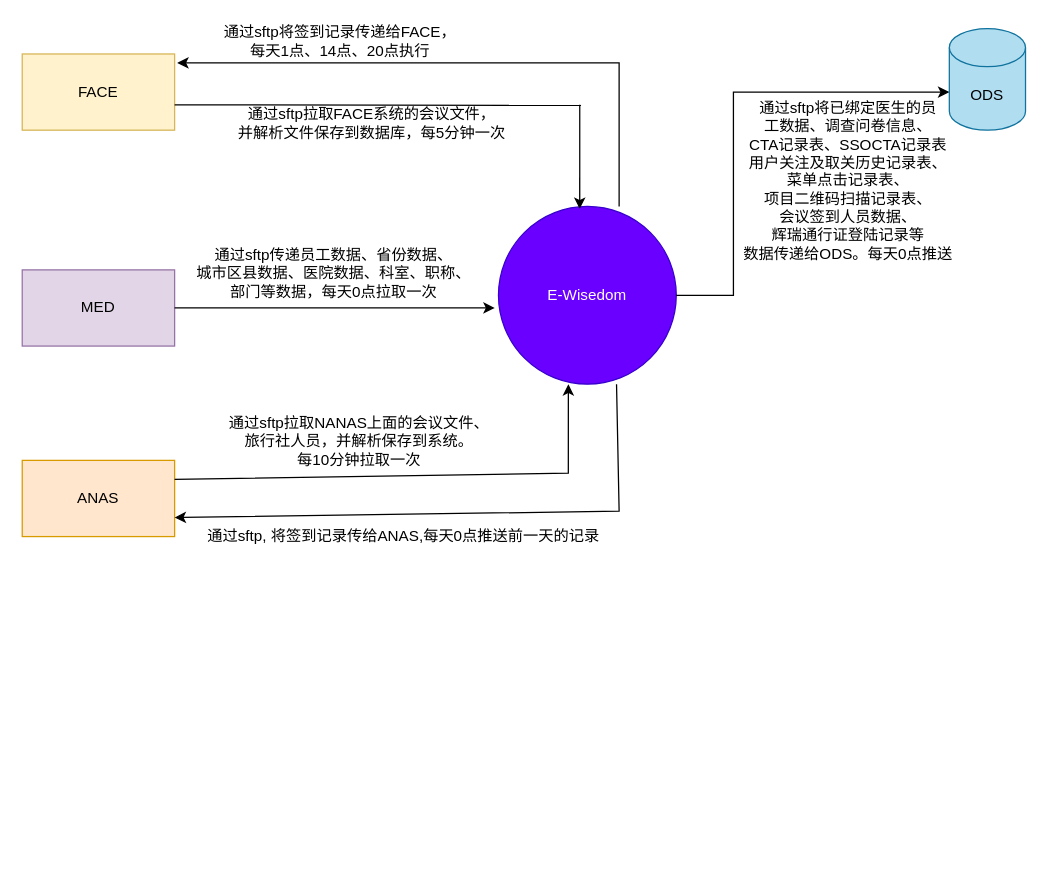
The draw.io diagram Untitled Diagram.drawio in ChunhaoXiao/Blogs, before the edit. Source tidied: cells renumbered, new cells numbered last; positions are measured from the earlier drawing's top-left corner, leaving out a move shared by most shapes. Both pictures are drawn from the tidied source at 127%, with x=0, y=0 at pixel (22, 22).
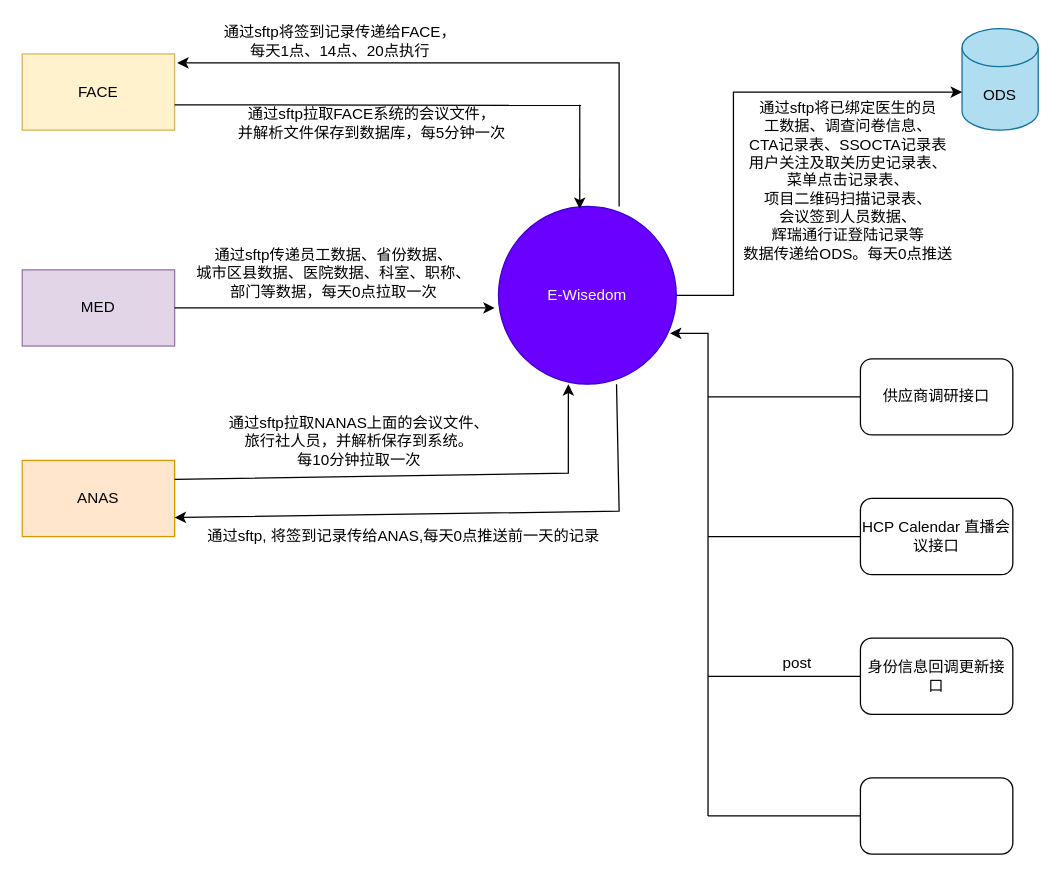
The same diagram, later.

The edit, as a diff of the source:
```diff
@@
     <mxCell id="17" value="ODS" style="shape=cylinder3;whiteSpace=wrap;html=1;boundedLbl=1;backgroundOutline=1;size=15;fillColor=#b1ddf0;strokeColor=#10739e;" parent="1" vertex="1">
-      <mxGeometry x="730" y="5" width="60" height="80" as="geometry" />
+      <mxGeometry x="740" y="5" width="60" height="80" as="geometry" />
     </mxCell>
@@
+    <mxCell id="20" value="供应商调研接口" style="rounded=1;whiteSpace=wrap;html=1;" parent="1" vertex="1">
+      <mxGeometry x="660" y="265" width="120" height="60" as="geometry" />
+    </mxCell>
+    <mxCell id="21" value="HCP Calendar 直播会议接口" style="rounded=1;whiteSpace=wrap;html=1;" parent="1" vertex="1">
+      <mxGeometry x="660" y="375" width="120" height="60" as="geometry" />
+    </mxCell>
+    <mxCell id="22" value="身份信息回调更新接口" style="rounded=1;whiteSpace=wrap;html=1;" parent="1" vertex="1">
+      <mxGeometry x="660" y="485" width="120" height="60" as="geometry" />
+    </mxCell>
+    <mxCell id="23" style="rounded=1;whiteSpace=wrap;html=1;" parent="1" vertex="1">
+      <mxGeometry x="660" y="595" width="120" height="60" as="geometry" />
+    </mxCell>
+    <mxCell id="24" style="endArrow=classic;html=1;rounded=0;" parent="1" edge="1">
+      <mxGeometry relative="1" as="geometry">
+        <mxPoint x="540" y="625" as="sourcePoint" />
+        <mxPoint x="510" y="245" as="targetPoint" />
+        <Array as="points">
+          <mxPoint x="540" y="245" />
+        </Array>
+      </mxGeometry>
+    </mxCell>
+    <mxCell id="25" style="endArrow=none;html=1;rounded=0;entryX=0;entryY=0.5;entryDx=0;entryDy=0;" parent="1" edge="1" target="23">
+      <mxGeometry relative="1" as="geometry">
+        <mxPoint x="540" y="625" as="sourcePoint" />
+      </mxGeometry>
+    </mxCell>
+    <mxCell id="26" style="endArrow=none;html=1;rounded=0;entryX=0;entryY=0.5;entryDx=0;entryDy=0;" parent="1" edge="1" target="22">
+      <mxGeometry relative="1" as="geometry">
+        <mxPoint x="540" y="515" as="sourcePoint" />
+      </mxGeometry>
+    </mxCell>
+    <mxCell id="27" style="endArrow=none;html=1;rounded=0;entryX=0;entryY=0.5;entryDx=0;entryDy=0;" parent="1" edge="1" target="21">
+      <mxGeometry relative="1" as="geometry">
+        <mxPoint x="540" y="405" as="sourcePoint" />
+      </mxGeometry>
+    </mxCell>
+    <mxCell id="28" style="endArrow=none;html=1;rounded=0;entryX=0;entryY=0.5;entryDx=0;entryDy=0;" parent="1" edge="1" target="20">
+      <mxGeometry relative="1" as="geometry">
+        <mxPoint x="540" y="295" as="sourcePoint" />
+      </mxGeometry>
+    </mxCell>
+    <mxCell id="29" value="post" style="text;html=1;align=center;verticalAlign=middle;strokeColor=none;fillColor=none;" parent="1" vertex="1">
+      <mxGeometry x="590" y="495" width="40" height="20" as="geometry" />
+    </mxCell>
```
